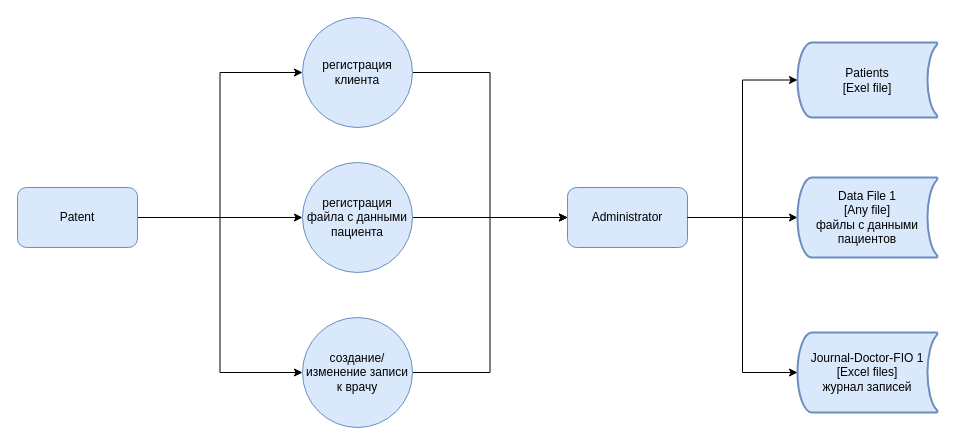
This is Task1/DFD_Reception_Administrator.drawio from ilarion-panzhin/architecture-medikamente, a draw.io file, before an edit. Source tidied: cells renumbered, new cells numbered last; positions are measured from the earlier drawing's top-left corner, leaving out a move shared by most shapes. Both pictures are drawn from the tidied source at 100%, with x=0, y=0 at pixel (17, 17).
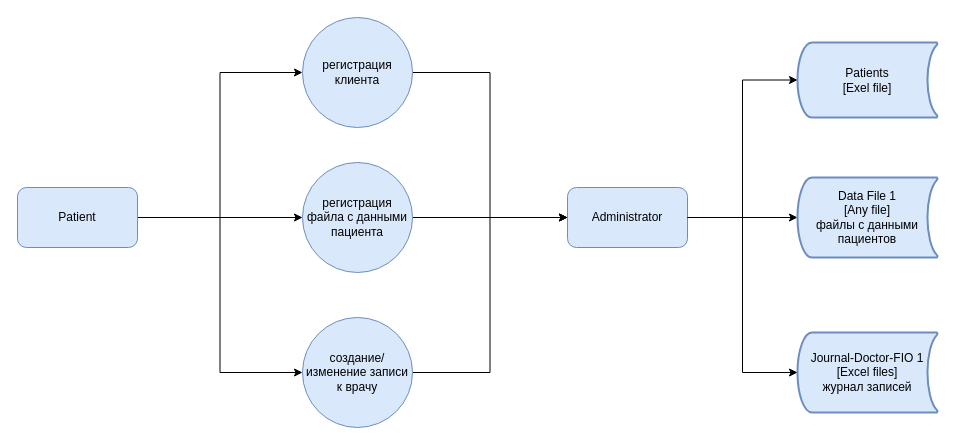
The same page after the edit.

Change to the diagram source:
```diff
@@
 <mxGraphModel>
   <root>
     <mxCell id="0" />
     <mxCell id="1" parent="0" />
     <mxCell id="2" style="edgeStyle=orthogonalEdgeStyle;rounded=0;jettySize=auto;html=1;entryX=0;entryY=0.5;entryDx=0;entryDy=0;" parent="1" edge="1" source="5" target="9">
       <mxGeometry relative="1" as="geometry" />
     </mxCell>
     <mxCell id="3" style="edgeStyle=orthogonalEdgeStyle;rounded=0;jettySize=auto;html=1;exitX=1;exitY=0.5;exitDx=0;exitDy=0;entryX=0;entryY=0.5;entryDx=0;entryDy=0;" parent="1" edge="1" source="5" target="13">
       <mxGeometry relative="1" as="geometry" />
     </mxCell>
     <mxCell id="4" style="edgeStyle=orthogonalEdgeStyle;rounded=0;jettySize=auto;html=1;exitX=1;exitY=0.5;exitDx=0;exitDy=0;entryX=0;entryY=0.5;entryDx=0;entryDy=0;" parent="1" edge="1" source="5" target="11">
       <mxGeometry relative="1" as="geometry" />
     </mxCell>
-    <mxCell id="5" value="Patent" style="rounded=1;whiteSpace=wrap;html=1;fillColor=#dae8fc;strokeColor=#6c8ebf;" parent="1" vertex="1">
+    <mxCell id="5" value="Pati&lt;span style=&quot;background-color: transparent; color: light-dark(rgb(0, 0, 0), rgb(255, 255, 255));&quot;&gt;ent&lt;/span&gt;" style="rounded=1;whiteSpace=wrap;html=1;fillColor=#dae8fc;strokeColor=#6c8ebf;" parent="1" vertex="1">
       <mxGeometry y="170" width="120" height="60" as="geometry" />
     </mxCell>
     <mxCell id="6" style="edgeStyle=orthogonalEdgeStyle;rounded=0;jettySize=auto;html=1;" parent="1" edge="1" source="7" target="16">
       <mxGeometry relative="1" as="geometry" />
     </mxCell>
     <mxCell id="7" value="Administrator" style="rounded=1;whiteSpace=wrap;html=1;fillColor=#dae8fc;strokeColor=#6c8ebf;" parent="1" vertex="1">
       <mxGeometry x="550" y="170" width="120" height="60" as="geometry" />
     </mxCell>
     <mxCell id="8" style="edgeStyle=orthogonalEdgeStyle;rounded=0;jettySize=auto;html=1;entryX=0;entryY=0.5;entryDx=0;entryDy=0;" parent="1" edge="1" source="9" target="7">
       <mxGeometry relative="1" as="geometry" />
     </mxCell>
     <mxCell id="9" value="регистрация клиента" style="ellipse;whiteSpace=wrap;html=1;fillColor=#dae8fc;strokeColor=#6c8ebf;" parent="1" vertex="1">
       <mxGeometry x="285" width="110" height="110" as="geometry" />
     </mxCell>
     <mxCell id="10" style="edgeStyle=orthogonalEdgeStyle;rounded=0;jettySize=auto;html=1;exitX=1;exitY=0.5;exitDx=0;exitDy=0;" parent="1" edge="1" source="11">
       <mxGeometry relative="1" as="geometry">
         <mxPoint x="550" y="200" as="targetPoint" />
       </mxGeometry>
     </mxCell>
     <mxCell id="11" value="регистрация файла с данными пациента" style="ellipse;whiteSpace=wrap;html=1;fillColor=#dae8fc;strokeColor=#6c8ebf;" parent="1" vertex="1">
       <mxGeometry x="285" y="145" width="110" height="110" as="geometry" />
     </mxCell>
     <mxCell id="12" style="edgeStyle=orthogonalEdgeStyle;rounded=0;jettySize=auto;html=1;entryX=0;entryY=0.5;entryDx=0;entryDy=0;" parent="1" edge="1" source="13" target="7">
       <mxGeometry relative="1" as="geometry" />
     </mxCell>
     <mxCell id="13" value=" создание/изменение записи к врачу" style="ellipse;whiteSpace=wrap;html=1;fillColor=#dae8fc;strokeColor=#6c8ebf;" parent="1" vertex="1">
       <mxGeometry x="285" y="300" width="110" height="110" as="geometry" />
     </mxCell>
     <mxCell id="14" value="Patients&lt;div&gt;[Exel file]&lt;/div&gt;" style="strokeWidth=2;html=1;shape=mxgraph.flowchart.stored_data;whiteSpace=wrap;fillColor=#dae8fc;strokeColor=#6c8ebf;" parent="1" vertex="1">
       <mxGeometry x="780" y="25" width="140" height="75" as="geometry" />
     </mxCell>
     <mxCell id="15" style="edgeStyle=orthogonalEdgeStyle;rounded=0;jettySize=auto;html=1;entryX=0;entryY=0.5;entryDx=0;entryDy=0;entryPerimeter=0;" parent="1" edge="1" source="7" target="14">
       <mxGeometry relative="1" as="geometry" />
     </mxCell>
     <mxCell id="16" value="&lt;div&gt;Data File 1&lt;/div&gt;&lt;div&gt;[Any file]&lt;/div&gt;&lt;div&gt;файлы с данными пациентов&lt;br&gt;&lt;/div&gt;" style="strokeWidth=2;html=1;shape=mxgraph.flowchart.stored_data;whiteSpace=wrap;fillColor=#dae8fc;strokeColor=#6c8ebf;" parent="1" vertex="1">
       <mxGeometry x="780" y="160" width="140" height="80" as="geometry" />
     </mxCell>
     <mxCell id="17" value="&lt;div&gt;&lt;span style=&quot;background-color: transparent; color: light-dark(rgb(0, 0, 0), rgb(255, 255, 255));&quot;&gt;Journal-Doctor-FIO 1&lt;/span&gt;&lt;/div&gt;&lt;div&gt;&lt;span style=&quot;background-color: transparent; color: light-dark(rgb(0, 0, 0), rgb(255, 255, 255));&quot;&gt;[Excel files]&lt;/span&gt;&lt;br&gt;&lt;/div&gt;&lt;div&gt;журнал записей&lt;br&gt;&lt;/div&gt;" style="strokeWidth=2;html=1;shape=mxgraph.flowchart.stored_data;whiteSpace=wrap;fillColor=#dae8fc;strokeColor=#6c8ebf;" parent="1" vertex="1">
       <mxGeometry x="780" y="315" width="140" height="80" as="geometry" />
     </mxCell>
     <mxCell id="18" style="edgeStyle=orthogonalEdgeStyle;rounded=0;jettySize=auto;html=1;entryX=0;entryY=0.5;entryDx=0;entryDy=0;entryPerimeter=0;" parent="1" edge="1" source="7" target="17">
       <mxGeometry relative="1" as="geometry" />
     </mxCell>
   </root>
 </mxGraphModel>
```
